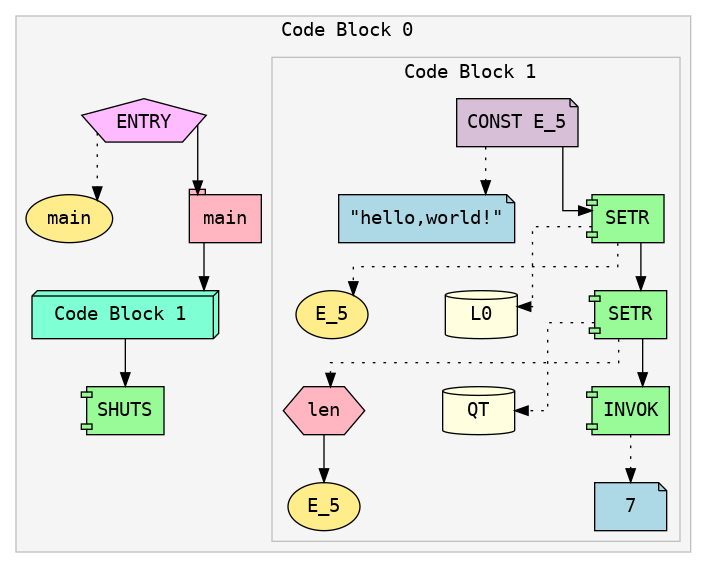
This is ir.png from Soham-Metha/IICT_Segfault_2025, a Graphviz export, as it was before one commit. Its source is kept beside it as ir.dot.
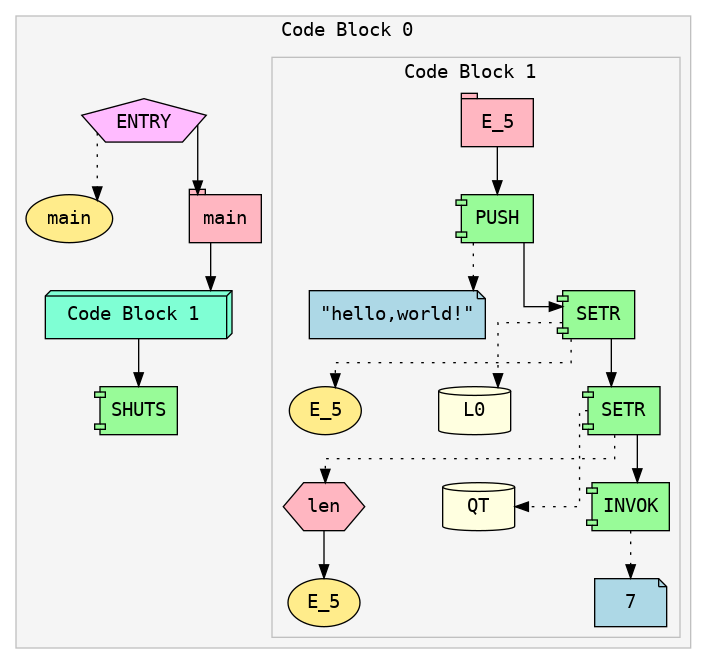
The same file after the commit.

The edit, as a diff of the source:
```diff
@@ -19,31 +19,33 @@
 color=gray;
 fillcolor=whitesmoke;
 fontname="Courier";
-Expr_5 [shape=note style=filled fillcolor=thistle fontname="Courier" label="CONST E_5"]
-Expr_6 [shape=note style=filled fillcolor=lightblue fontname="Courier" label="\"hello,world!\""]
-Expr_5 -> Expr_6 [style=dotted]
-Expr_7 [shape=component style=filled fillcolor=palegreen fontname="Courier" label="SETR"]
-Expr_8 [shape=ellipse style=filled fillcolor=lightgoldenrod1 fontname="Courier" label="E_5"]
-Expr_7 -> Expr_8 [style=dotted]
-Expr_9 [shape=cylinder style=filled fillcolor=lightyellow fontname="Courier" label="L0"]
-Expr_7 -> Expr_9 [style=dotted]
-Expr_5 -> Expr_7;
-Expr_10 [shape=component style=filled fillcolor=palegreen fontname="Courier" label="SETR"]
-Expr_11 [shape=hexagon style=filled fillcolor=lightpink fontname="Courier" label="len"]
-Expr_12 [shape=ellipse style=filled fillcolor=lightgoldenrod1 fontname="Courier" label="E_5"]
-Expr_11 -> Expr_12
-Expr_10 -> Expr_11 [style=dotted]
-Expr_13 [shape=cylinder style=filled fillcolor=lightyellow fontname="Courier" label="QT"]
-Expr_10 -> Expr_13 [style=dotted]
-Expr_7 -> Expr_10;
-Expr_14 [shape=component style=filled fillcolor=palegreen fontname="Courier" label="INVOK"]
-Expr_15 [shape=note style=filled fillcolor=lightblue fontname="Courier" label="7"]
-Expr_14 -> Expr_15 [style=dotted]
-Expr_10 -> Expr_14;
+Expr_5 [shape=tab style=filled fillcolor=lightpink fontname="Courier" label="E_5"]
+Expr_6 [shape=component style=filled fillcolor=palegreen fontname="Courier" label="PUSH"]
+Expr_7 [shape=note style=filled fillcolor=lightblue fontname="Courier" label="\"hello,world!\""]
+Expr_6 -> Expr_7 [style=dotted]
+Expr_5 -> Expr_6;
+Expr_8 [shape=component style=filled fillcolor=palegreen fontname="Courier" label="SETR"]
+Expr_9 [shape=ellipse style=filled fillcolor=lightgoldenrod1 fontname="Courier" label="E_5"]
+Expr_8 -> Expr_9 [style=dotted]
+Expr_10 [shape=cylinder style=filled fillcolor=lightyellow fontname="Courier" label="L0"]
+Expr_8 -> Expr_10 [style=dotted]
+Expr_6 -> Expr_8;
+Expr_11 [shape=component style=filled fillcolor=palegreen fontname="Courier" label="SETR"]
+Expr_12 [shape=hexagon style=filled fillcolor=lightpink fontname="Courier" label="len"]
+Expr_13 [shape=ellipse style=filled fillcolor=lightgoldenrod1 fontname="Courier" label="E_5"]
+Expr_12 -> Expr_13
+Expr_11 -> Expr_12 [style=dotted]
+Expr_14 [shape=cylinder style=filled fillcolor=lightyellow fontname="Courier" label="QT"]
+Expr_11 -> Expr_14 [style=dotted]
+Expr_8 -> Expr_11;
+Expr_15 [shape=component style=filled fillcolor=palegreen fontname="Courier" label="INVOK"]
+Expr_16 [shape=note style=filled fillcolor=lightblue fontname="Courier" label="7"]
+Expr_15 -> Expr_16 [style=dotted]
+Expr_11 -> Expr_15;
 }
 Expr_4 [shape=box3d style=filled fillcolor=aquamarine fontname="Courier" label=" Code Block 1  "]
 Expr_3 -> Expr_4;
-Expr_16 [shape=component style=filled fillcolor=palegreen fontname="Courier" label="SHUTS"]
-Expr_4 -> Expr_16;
+Expr_17 [shape=component style=filled fillcolor=palegreen fontname="Courier" label="SHUTS"]
+Expr_4 -> Expr_17;
 }
 }
```
